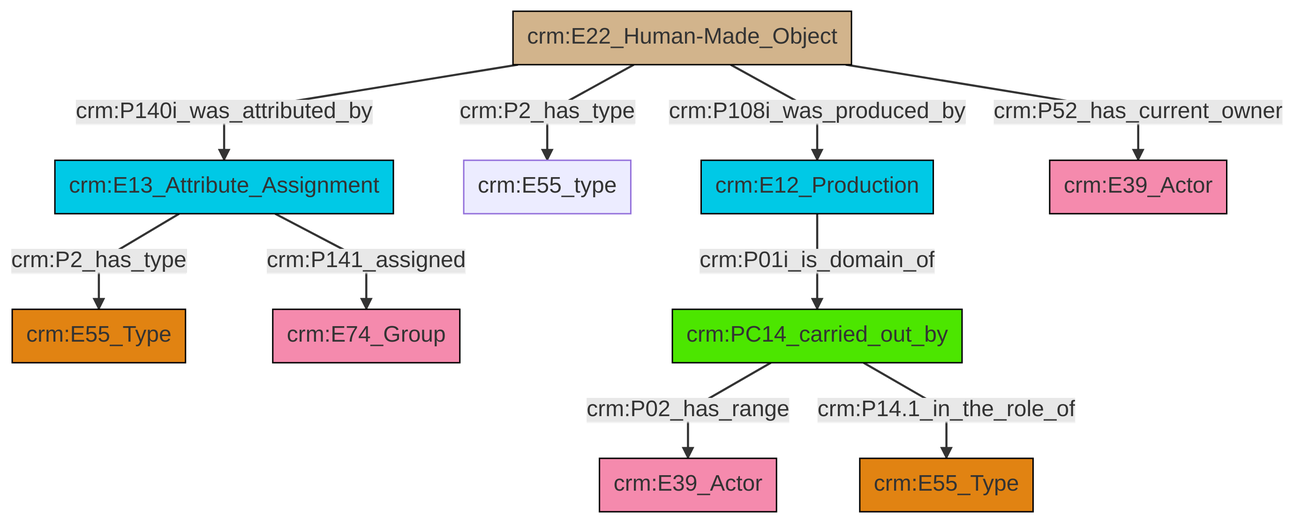
swiss-art-research-net/docs.swissartresearch keeps this Mermaid diagram as et/builtWorkCSV/ttl/mmd/png/Built_Work_actor_relations.png. Above is the earlier version. Its source is kept beside it as et/builtWorkCSV/ttl/mmd/Built_Work_actor_relations.ttl.mmd.
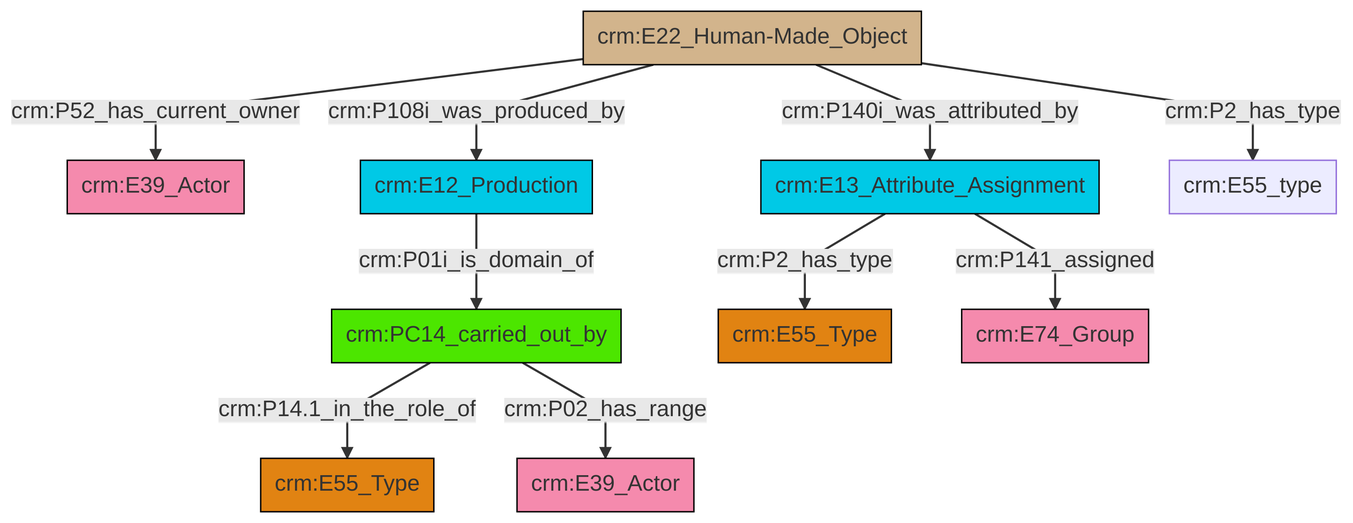
Above is the later version.

The edit, as a diff of the source:
```diff
@@ -13,12 +13,12 @@
 classDef PC_Classes fill:#4ce600, stroke:#000000;
 classDef Multi fill:#cccccc,stroke:#000000;
 
-6["crm:E22_Human-Made_Object"]:::Physical_Thing -->|crm:P108i_was_produced_by| 2["crm:E12_Production"]:::Temporal_Entity
-6["crm:E22_Human-Made_Object"]:::Physical_Thing -->|crm:P2_has_type| 10["crm:E55_type"]:::Default
-11["crm:E13_Attribute_Assignment"]:::Temporal_Entity -->|crm:P2_has_type| 0["crm:E55_Type"]:::Type
-2["crm:E12_Production"]:::Temporal_Entity -->|crm:P01i_is_domain_of| 12["crm:PC14_carried_out_by"]:::PC_Classes
-12["crm:PC14_carried_out_by"]:::PC_Classes -->|crm:P02_has_range| 18["crm:E39_Actor"]:::Actor
-6["crm:E22_Human-Made_Object"]:::Physical_Thing -->|crm:P140i_was_attributed_by| 11["crm:E13_Attribute_Assignment"]:::Temporal_Entity
-6["crm:E22_Human-Made_Object"]:::Physical_Thing -->|crm:P52_has_current_owner| 14["crm:E39_Actor"]:::Actor
-11["crm:E13_Attribute_Assignment"]:::Temporal_Entity -->|crm:P141_assigned| 4["crm:E74_Group"]:::Actor
-12["crm:PC14_carried_out_by"]:::PC_Classes -->|crm:P14.1_in_the_role_of| 8["crm:E55_Type"]:::Type
+10["crm:E22_Human-Made_Object"]:::Physical_Thing -->|crm:P140i_was_attributed_by| 6["crm:E13_Attribute_Assignment"]:::Temporal_Entity
+8["crm:E12_Production"]:::Temporal_Entity -->|crm:P01i_is_domain_of| 0["crm:PC14_carried_out_by"]:::PC_Classes
+0["crm:PC14_carried_out_by"]:::PC_Classes -->|crm:P14.1_in_the_role_of| 14["crm:E55_Type"]:::Type
+10["crm:E22_Human-Made_Object"]:::Physical_Thing -->|crm:P2_has_type| 15["crm:E55_type"]:::Default
+10["crm:E22_Human-Made_Object"]:::Physical_Thing -->|crm:P52_has_current_owner| 4["crm:E39_Actor"]:::Actor
+10["crm:E22_Human-Made_Object"]:::Physical_Thing -->|crm:P108i_was_produced_by| 8["crm:E12_Production"]:::Temporal_Entity
+6["crm:E13_Attribute_Assignment"]:::Temporal_Entity -->|crm:P141_assigned| 12["crm:E74_Group"]:::Actor
+6["crm:E13_Attribute_Assignment"]:::Temporal_Entity -->|crm:P2_has_type| 2["crm:E55_Type"]:::Type
+0["crm:PC14_carried_out_by"]:::PC_Classes -->|crm:P02_has_range| 17["crm:E39_Actor"]:::Actor
```
